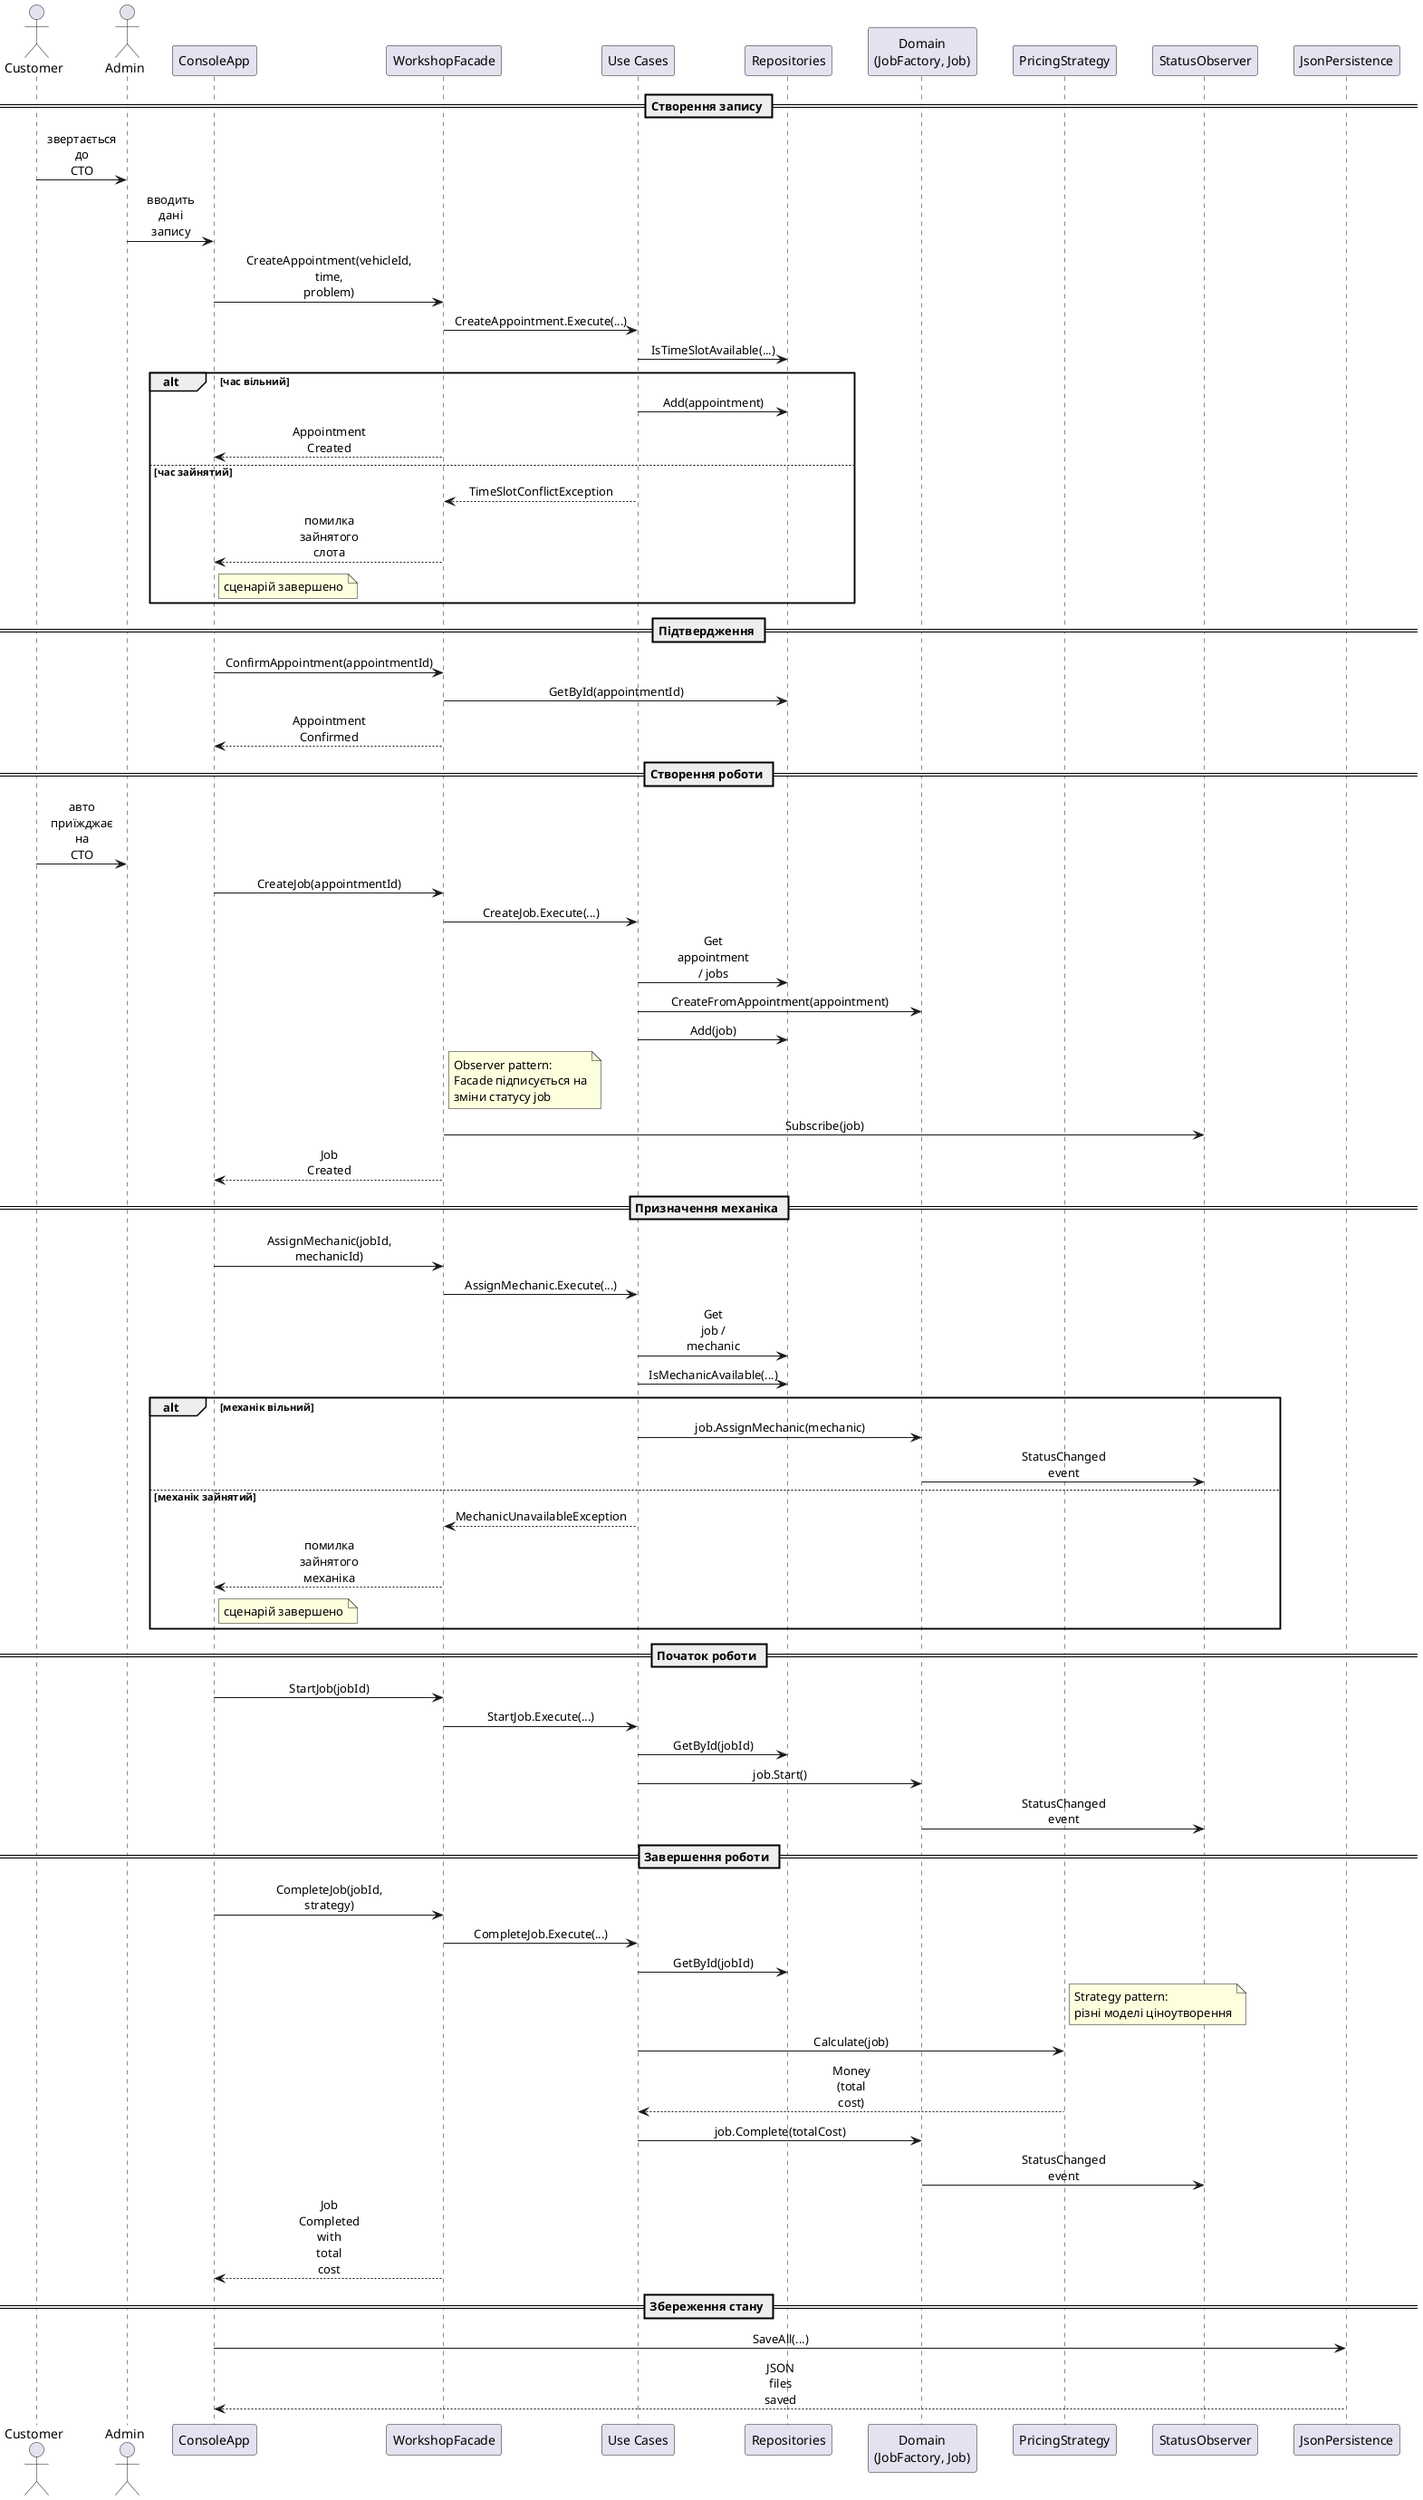
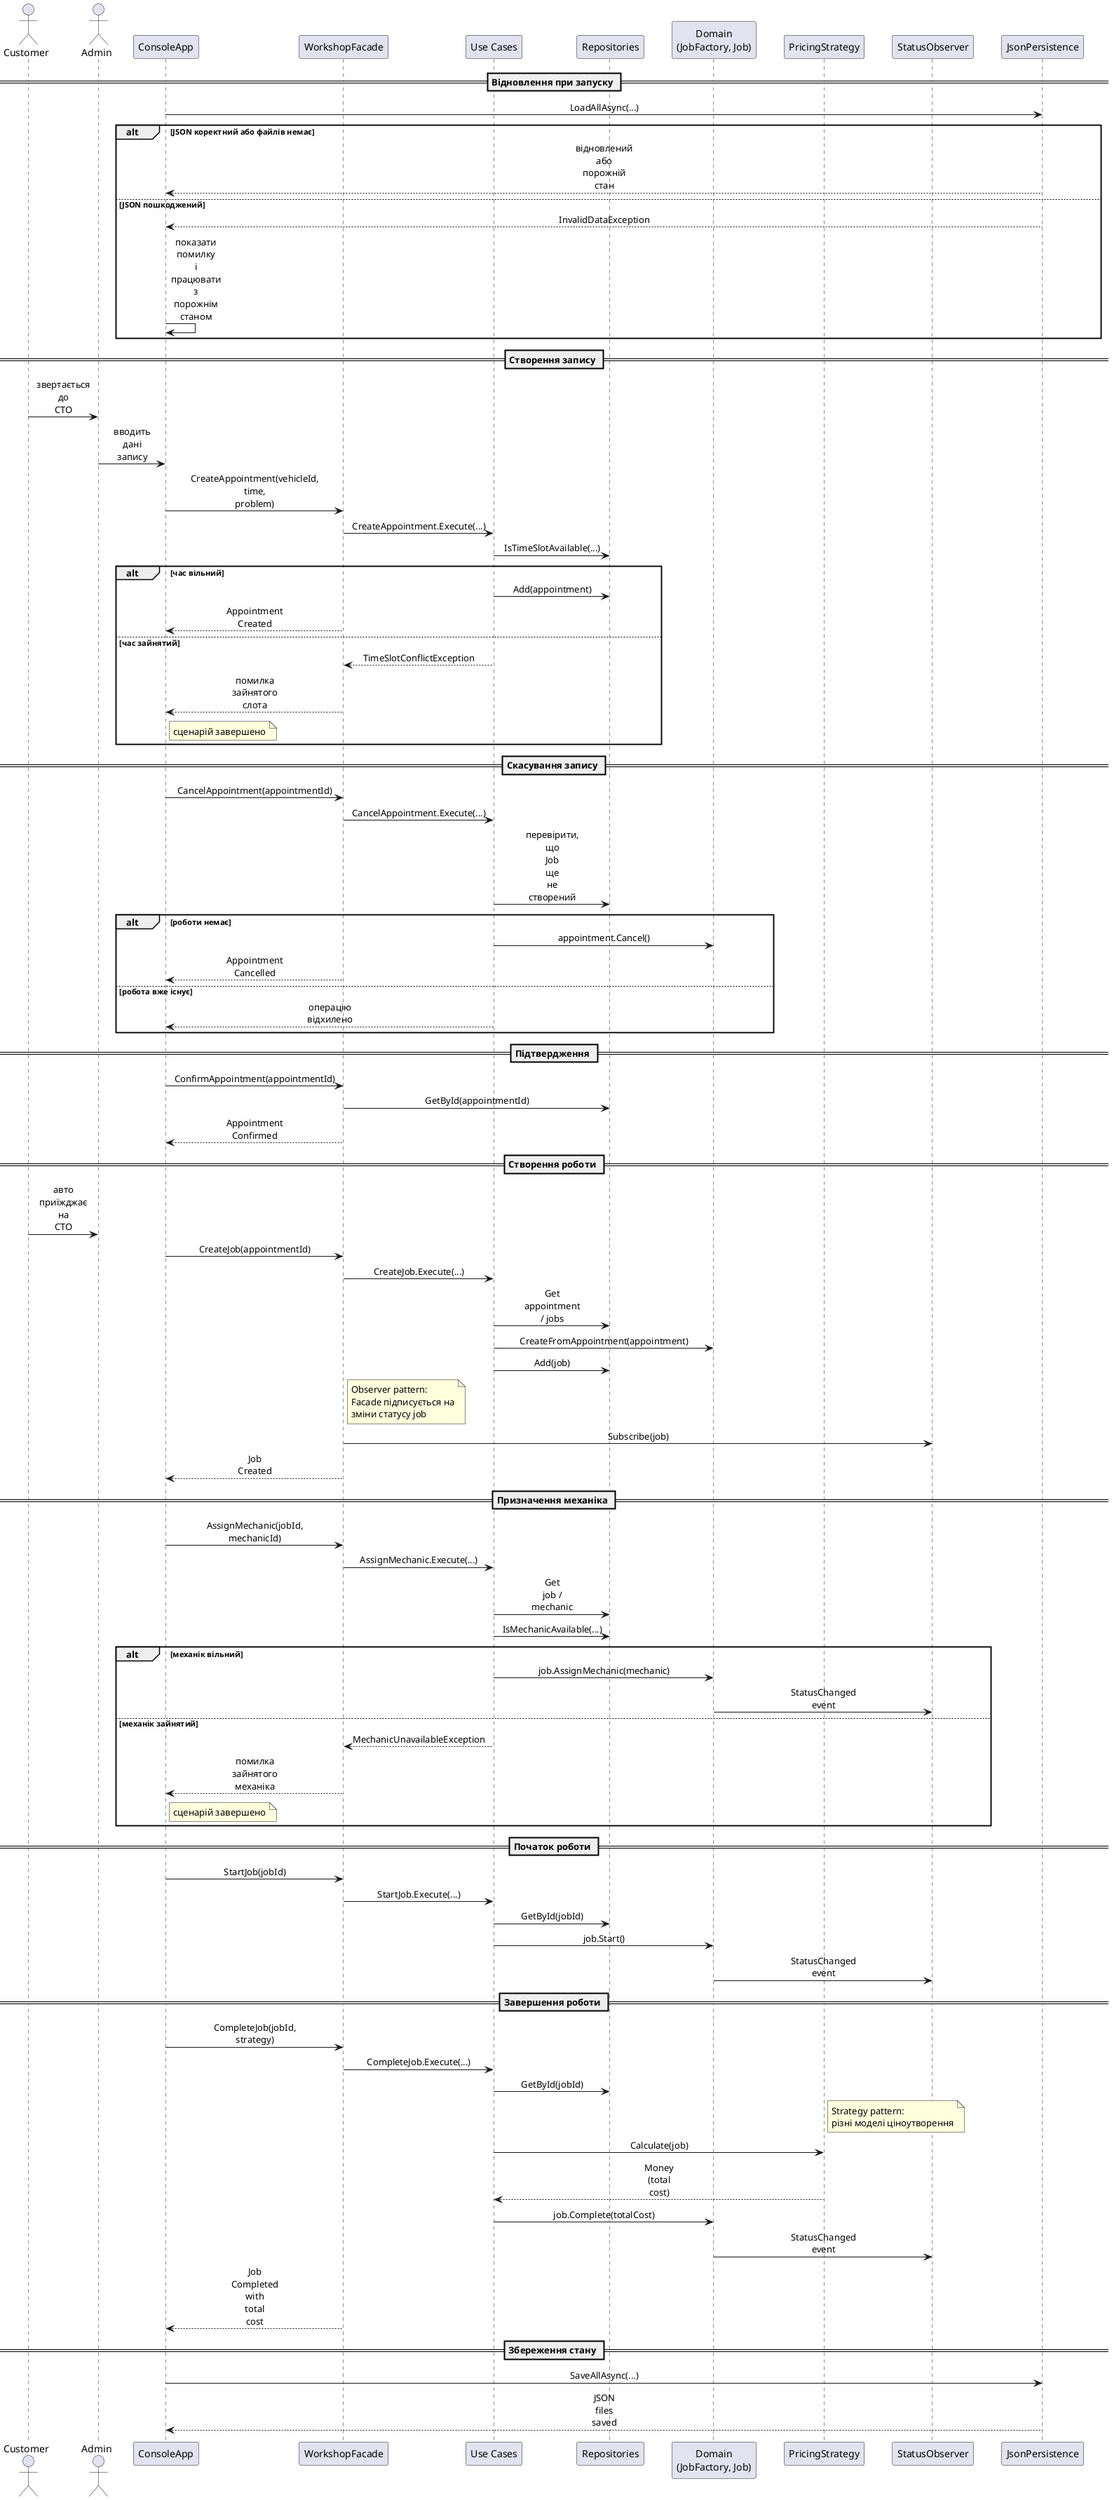
@startuml
skinparam ParticipantPadding 15
skinparam BoxPadding 10
skinparam sequenceMessageAlign center
skinparam maxMessageSize 35

actor Customer
actor Admin
participant "ConsoleApp" as Console
participant "WorkshopFacade" as Facade
participant "Use Cases" as UseCases
participant "Repositories" as Repos
participant "Domain\n(JobFactory, Job)" as Domain
participant "PricingStrategy" as Pricing
participant "StatusObserver" as Observer
participant "JsonPersistence" as Json

+ == Відновлення при запуску ==
+ Console -> Json : LoadAllAsync(...)
+ alt JSON коректний або файлів немає
+     Json --> Console : відновлений або порожній стан
+ else JSON пошкоджений
+     Json --> Console : InvalidDataException
+     Console -> Console : показати помилку і працювати з порожнім станом
+ end
+ 
== Створення запису ==
Customer -> Admin : звертається до СТО
Admin -> Console : вводить дані запису
Console -> Facade : CreateAppointment(vehicleId, time, problem)
Facade -> UseCases : CreateAppointment.Execute(...)
UseCases -> Repos : IsTimeSlotAvailable(...)

alt час вільний
    UseCases -> Repos : Add(appointment)
    Facade --> Console : Appointment Created
else час зайнятий
    UseCases --> Facade : TimeSlotConflictException
    Facade --> Console : помилка зайнятого слота
    note right of Console : сценарій завершено
+ end
+ 
+ == Скасування запису ==
+ Console -> Facade : CancelAppointment(appointmentId)
+ Facade -> UseCases : CancelAppointment.Execute(...)
+ UseCases -> Repos : перевірити, що Job ще не створений
+ alt роботи немає
+     UseCases -> Domain : appointment.Cancel()
+     Facade --> Console : Appointment Cancelled
+ else робота вже існує
+     UseCases --> Console : операцію відхилено
end

== Підтвердження ==
Console -> Facade : ConfirmAppointment(appointmentId)
Facade -> Repos : GetById(appointmentId)
Facade --> Console : Appointment Confirmed

== Створення роботи ==
Customer -> Admin : авто приїжджає на СТО
Console -> Facade : CreateJob(appointmentId)
Facade -> UseCases : CreateJob.Execute(...)
UseCases -> Repos : Get appointment / jobs
UseCases -> Domain : CreateFromAppointment(appointment)
UseCases -> Repos : Add(job)
note right of Facade : Observer pattern:\nFacade підписується на\nзміни статусу job
Facade -> Observer : Subscribe(job)
Facade --> Console : Job Created

== Призначення механіка ==
Console -> Facade : AssignMechanic(jobId, mechanicId)
Facade -> UseCases : AssignMechanic.Execute(...)
UseCases -> Repos : Get job / mechanic
UseCases -> Repos : IsMechanicAvailable(...)

alt механік вільний
    UseCases -> Domain : job.AssignMechanic(mechanic)
    Domain -> Observer : StatusChanged event
else механік зайнятий
    UseCases --> Facade : MechanicUnavailableException
    Facade --> Console : помилка зайнятого механіка
    note right of Console : сценарій завершено
end

== Початок роботи ==
Console -> Facade : StartJob(jobId)
Facade -> UseCases : StartJob.Execute(...)
UseCases -> Repos : GetById(jobId)
UseCases -> Domain : job.Start()
Domain -> Observer : StatusChanged event

== Завершення роботи ==
Console -> Facade : CompleteJob(jobId, strategy)
Facade -> UseCases : CompleteJob.Execute(...)
UseCases -> Repos : GetById(jobId)
note right of Pricing : Strategy pattern:\nрізні моделі ціноутворення
UseCases -> Pricing : Calculate(job)
Pricing --> UseCases : Money (total cost)
UseCases -> Domain : job.Complete(totalCost)
Domain -> Observer : StatusChanged event
Facade --> Console : Job Completed with total cost

== Збереження стану ==
- Console -> Json : SaveAll(...)
+ Console -> Json : SaveAllAsync(...)
Json --> Console : JSON files saved
@enduml
